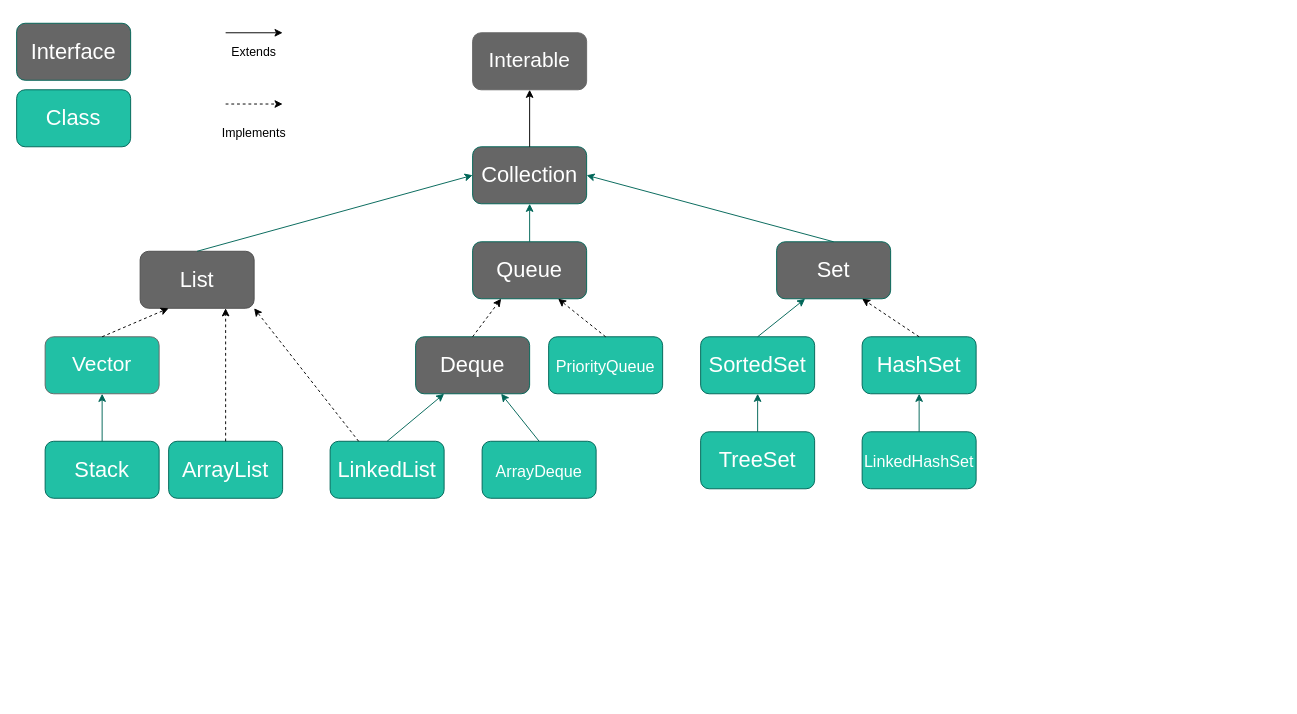
This is InterfaceCollection.drawio from p000059/Diagrams, a draw.io file, before an edit. Source tidied: cells renumbered, new cells numbered last; positions are measured from the earlier drawing's top-left corner, leaving out a move shared by most shapes. Both pictures are drawn from the tidied source at 95%, with x=0, y=0 at pixel (16, 23).
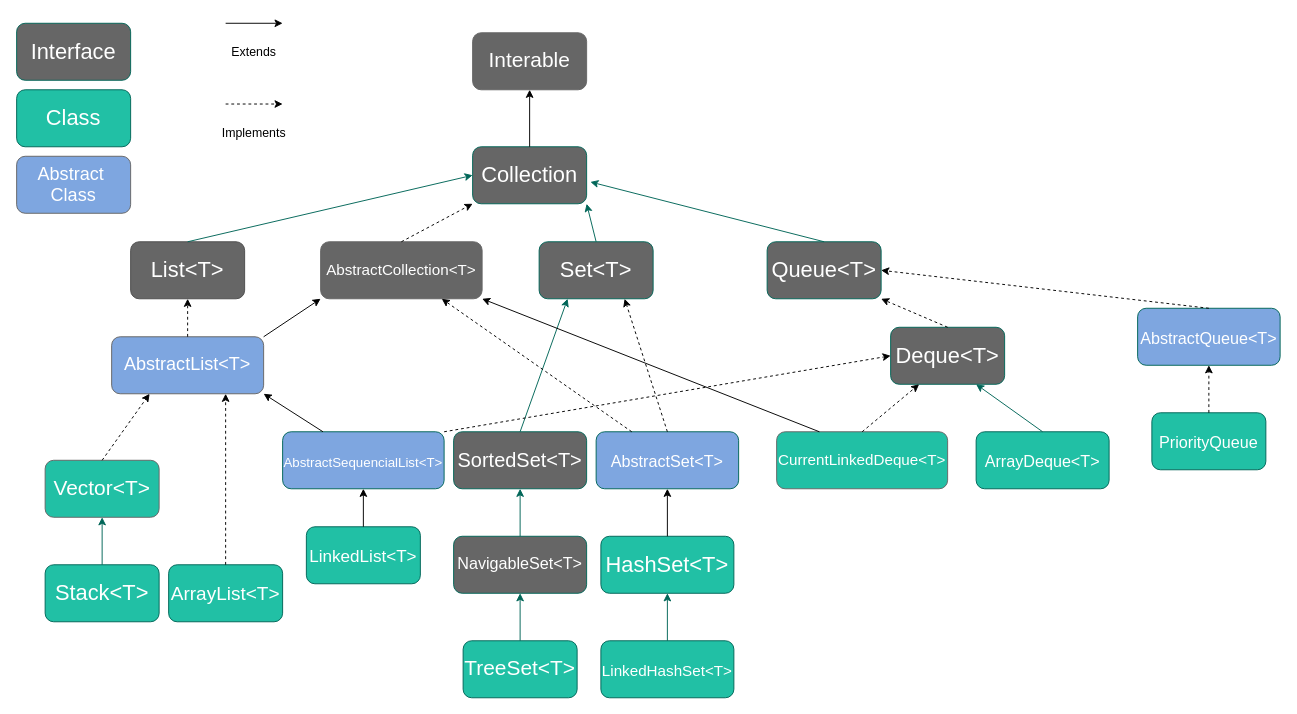
Above is the later version.

The change refers to these unchanged cells:
```xml
<mxCell id="2" value="&lt;font color=&quot;#ffffff&quot; style=&quot;font-size: 23px;&quot;&gt;Collection&lt;/font&gt;" style="rounded=1;whiteSpace=wrap;html=1;fillColor=#666666;strokeColor=#006658;fontColor=#5C5C5C;" parent="1" vertex="1">
  <mxGeometry x="480" y="130" width="120" height="60" as="geometry" />
</mxCell>
```

Change to the diagram source:
```diff
@@
-    <mxCell id="3" value="&lt;font color=&quot;#ffffff&quot;&gt;List&lt;/font&gt;" style="rounded=1;whiteSpace=wrap;html=1;fontSize=23;fillColor=#666666;strokeColor=#4D4D4D;fontColor=#5C5C5C;" parent="1" vertex="1">
-      <mxGeometry x="130" y="240" width="120" height="60" as="geometry" />
+    <mxCell id="3" value="&lt;font color=&quot;#ffffff&quot;&gt;List&amp;lt;T&amp;gt;&lt;/font&gt;" style="rounded=1;whiteSpace=wrap;html=1;fontSize=23;fillColor=#666666;strokeColor=#4D4D4D;fontColor=#5C5C5C;" parent="1" vertex="1">
+      <mxGeometry x="120" y="230" width="120" height="60" as="geometry" />
     </mxCell>
-    <mxCell id="4" value="&lt;font color=&quot;#ffffff&quot;&gt;Set&lt;/font&gt;" style="rounded=1;whiteSpace=wrap;html=1;fontSize=23;fillColor=#666666;strokeColor=#006658;fontColor=#5C5C5C;" parent="1" vertex="1">
-      <mxGeometry x="800" y="230" width="120" height="60" as="geometry" />
+    <mxCell id="4" value="&lt;font color=&quot;#ffffff&quot;&gt;Set&amp;lt;T&amp;gt;&lt;/font&gt;" style="rounded=1;whiteSpace=wrap;html=1;fontSize=23;fillColor=#666666;strokeColor=#006658;fontColor=#5C5C5C;" parent="1" vertex="1">
+      <mxGeometry x="550" y="230" width="120" height="60" as="geometry" />
     </mxCell>
-    <mxCell id="5" value="&lt;font color=&quot;#ffffff&quot;&gt;Queue&lt;/font&gt;" style="rounded=1;whiteSpace=wrap;html=1;fontSize=23;fillColor=#666666;strokeColor=#006658;fontColor=#5C5C5C;" parent="1" vertex="1">
-      <mxGeometry x="480" y="230" width="120" height="60" as="geometry" />
+    <mxCell id="5" value="&lt;font color=&quot;#ffffff&quot;&gt;Queue&amp;lt;T&amp;gt;&lt;/font&gt;" style="rounded=1;whiteSpace=wrap;html=1;fontSize=23;fillColor=#666666;strokeColor=#006658;fontColor=#5C5C5C;" parent="1" vertex="1">
+      <mxGeometry x="790" y="230" width="120" height="60" as="geometry" />
     </mxCell>
@@
-    <mxCell id="7" style="endArrow=classic;html=1;rounded=1;fontSize=23;entryX=1;entryY=0.5;entryDx=0;entryDy=0;strokeColor=#006658;fontColor=#5C5C5C;exitX=0.5;exitY=0;exitDx=0;exitDy=0;" parent="1" edge="1" source="4" target="2">
+    <mxCell id="7" style="endArrow=classic;html=1;rounded=1;fontSize=23;strokeColor=#006658;fontColor=#5C5C5C;exitX=0.5;exitY=0;exitDx=0;exitDy=0;entryX=1;entryY=1;entryDx=0;entryDy=0;" parent="1" edge="1" source="4" target="2">
       <mxGeometry relative="1" as="geometry" />
     </mxCell>
-    <mxCell id="8" style="endArrow=classic;html=1;rounded=1;fontSize=23;entryX=0.5;entryY=1;entryDx=0;entryDy=0;strokeColor=#006658;fontColor=#5C5C5C;exitX=0.5;exitY=0;exitDx=0;exitDy=0;" parent="1" edge="1" source="5" target="2">
+    <mxCell id="8" style="endArrow=classic;html=1;rounded=1;fontSize=23;entryX=1.033;entryY=0.617;entryDx=0;entryDy=0;strokeColor=#006658;fontColor=#5C5C5C;exitX=0.5;exitY=0;exitDx=0;exitDy=0;entryPerimeter=0;" parent="1" edge="1" source="5" target="2">
       <mxGeometry relative="1" as="geometry" />
     </mxCell>
-    <mxCell id="9" value="&lt;font color=&quot;#ffffff&quot;&gt;ArrayList&lt;/font&gt;" style="rounded=1;whiteSpace=wrap;html=1;fontSize=23;fillColor=#21C0A5;strokeColor=#006658;fontColor=#5C5C5C;" parent="1" vertex="1">
-      <mxGeometry x="160" y="440" width="120" height="60" as="geometry" />
+    <mxCell id="9" value="&lt;font style=&quot;font-size: 20px;&quot; color=&quot;#ffffff&quot;&gt;ArrayList&amp;lt;T&amp;gt;&lt;/font&gt;" style="rounded=1;whiteSpace=wrap;html=1;fontSize=23;fillColor=#21C0A5;strokeColor=#006658;fontColor=#5C5C5C;" parent="1" vertex="1">
+      <mxGeometry x="160" y="570" width="120" height="60" as="geometry" />
     </mxCell>
-    <mxCell id="10" value="&lt;font color=&quot;#ffffff&quot;&gt;LinkedList&lt;/font&gt;" style="rounded=1;whiteSpace=wrap;html=1;fontSize=23;fillColor=#21C0A5;strokeColor=#006658;fontColor=#5C5C5C;" parent="1" vertex="1">
-      <mxGeometry x="330" y="440" width="120" height="60" as="geometry" />
+    <mxCell id="10" value="&lt;font style=&quot;font-size: 14px;&quot; color=&quot;#ffffff&quot;&gt;AbstractSequencialList&amp;lt;T&amp;gt;&lt;/font&gt;" style="rounded=1;whiteSpace=wrap;html=1;fontSize=23;fillColor=#7EA6E0;strokeColor=#006658;fontColor=#5C5C5C;" parent="1" vertex="1">
+      <mxGeometry x="280" y="430" width="170" height="60" as="geometry" />
     </mxCell>
-    <mxCell id="11" value="&lt;font color=&quot;#ffffff&quot;&gt;Stack&lt;/font&gt;" style="rounded=1;whiteSpace=wrap;html=1;fontSize=23;fillColor=#21C0A5;strokeColor=#006658;fontColor=#5C5C5C;" parent="1" vertex="1">
-      <mxGeometry x="30" y="440" width="120" height="60" as="geometry" />
+    <mxCell id="11" value="&lt;font color=&quot;#ffffff&quot;&gt;Stack&amp;lt;T&amp;gt;&lt;/font&gt;" style="rounded=1;whiteSpace=wrap;html=1;fontSize=23;fillColor=#21C0A5;strokeColor=#006658;fontColor=#5C5C5C;" parent="1" vertex="1">
+      <mxGeometry x="30" y="570" width="120" height="60" as="geometry" />
     </mxCell>
-    <mxCell id="12" value="&lt;font color=&quot;#ffffff&quot;&gt;HashSet&lt;/font&gt;" style="rounded=1;whiteSpace=wrap;html=1;fontSize=23;fillColor=#21C0A5;strokeColor=#006658;fontColor=#5C5C5C;" parent="1" vertex="1">
-      <mxGeometry x="890" y="330" width="120" height="60" as="geometry" />
+    <mxCell id="12" value="&lt;font color=&quot;#ffffff&quot;&gt;HashSet&amp;lt;T&amp;gt;&lt;/font&gt;" style="rounded=1;whiteSpace=wrap;html=1;fontSize=23;fillColor=#21C0A5;strokeColor=#006658;fontColor=#5C5C5C;" parent="1" vertex="1">
+      <mxGeometry x="615" y="540" width="140" height="60" as="geometry" />
     </mxCell>
-    <mxCell id="13" value="&lt;font color=&quot;#ffffff&quot; style=&quot;font-size: 17px;&quot;&gt;LinkedHashSet&lt;/font&gt;" style="rounded=1;whiteSpace=wrap;html=1;fontSize=23;fillColor=#21C0A5;strokeColor=#006658;fontColor=#5C5C5C;" parent="1" vertex="1">
-      <mxGeometry x="890" y="430" width="120" height="60" as="geometry" />
+    <mxCell id="13" value="&lt;font color=&quot;#ffffff&quot; style=&quot;font-size: 16px;&quot;&gt;LinkedHashSet&amp;lt;T&amp;gt;&lt;/font&gt;" style="rounded=1;whiteSpace=wrap;html=1;fontSize=23;fillColor=#21C0A5;strokeColor=#006658;fontColor=#5C5C5C;" parent="1" vertex="1">
+      <mxGeometry x="615" y="650" width="140" height="60" as="geometry" />
     </mxCell>
-    <mxCell id="14" value="&lt;font color=&quot;#ffffff&quot; style=&quot;font-size: 23px;&quot;&gt;TreeSet&lt;/font&gt;" style="rounded=1;whiteSpace=wrap;html=1;fontSize=17;fillColor=#21C0A5;strokeColor=#006658;fontColor=#5C5C5C;" parent="1" vertex="1">
-      <mxGeometry x="720" y="430" width="120" height="60" as="geometry" />
+    <mxCell id="14" value="&lt;font color=&quot;#ffffff&quot; style=&quot;font-size: 17px;&quot;&gt;NavigableSet&amp;lt;T&amp;gt;&lt;/font&gt;" style="rounded=1;whiteSpace=wrap;html=1;fontSize=17;fillColor=#666666;strokeColor=#006658;fontColor=#5C5C5C;" parent="1" vertex="1">
+      <mxGeometry x="460" y="540" width="140" height="60" as="geometry" />
     </mxCell>
@@
     <mxCell id="16" value="&lt;font color=&quot;#ffffff&quot; style=&quot;font-size: 17px;&quot;&gt;PriorityQueue&lt;/font&gt;" style="rounded=1;whiteSpace=wrap;html=1;fontSize=23;fillColor=#21C0A5;strokeColor=#006658;fontColor=#5C5C5C;" parent="1" vertex="1">
-      <mxGeometry x="560" y="330" width="120" height="60" as="geometry" />
+      <mxGeometry x="1195" y="410" width="120" height="60" as="geometry" />
     </mxCell>
-    <mxCell id="17" value="&lt;font color=&quot;#ffffff&quot;&gt;&lt;span style=&quot;font-size: 23px;&quot;&gt;SortedSet&lt;/span&gt;&lt;/font&gt;" style="rounded=1;whiteSpace=wrap;html=1;fontSize=17;fillColor=#21C0A5;strokeColor=#006658;fontColor=#5C5C5C;" parent="1" vertex="1">
-      <mxGeometry x="720" y="330" width="120" height="60" as="geometry" />
+    <mxCell id="17" value="&lt;font style=&quot;font-size: 21px;&quot; color=&quot;#ffffff&quot;&gt;SortedSet&amp;lt;T&amp;gt;&lt;/font&gt;" style="rounded=1;whiteSpace=wrap;html=1;fontSize=17;fillColor=#666666;strokeColor=#006658;fontColor=#5C5C5C;" parent="1" vertex="1">
+      <mxGeometry x="460" y="430" width="140" height="60" as="geometry" />
     </mxCell>
-    <mxCell id="18" value="&lt;font color=&quot;#ffffff&quot; style=&quot;font-size: 22px;&quot;&gt;Vector&lt;/font&gt;" style="rounded=1;whiteSpace=wrap;html=1;fillColor=#21C0A5;strokeColor=#666666;" parent="1" vertex="1">
-      <mxGeometry x="30" y="330" width="120" height="60" as="geometry" />
+    <mxCell id="18" value="&lt;font color=&quot;#ffffff&quot; style=&quot;font-size: 22px;&quot;&gt;Vector&amp;lt;T&amp;gt;&lt;/font&gt;" style="rounded=1;whiteSpace=wrap;html=1;fillColor=#21C0A5;strokeColor=#666666;" parent="1" vertex="1">
+      <mxGeometry x="30" y="460" width="120" height="60" as="geometry" />
     </mxCell>
@@
     <mxCell id="22" style="endArrow=classic;html=1;rounded=0;fontSize=22;fontColor=#FFFFFF;" parent="1" edge="1">
       <mxGeometry relative="1" as="geometry">
-        <mxPoint x="220" y="10" as="sourcePoint" />
-        <mxPoint x="280" y="10" as="targetPoint" />
+        <mxPoint x="220" as="sourcePoint" />
+        <mxPoint x="280" as="targetPoint" />
       </mxGeometry>
     </mxCell>
@@
-    <mxCell id="26" value="&lt;font color=&quot;#ffffff&quot;&gt;Deque&lt;/font&gt;" style="rounded=1;whiteSpace=wrap;html=1;fontSize=23;fillColor=#666666;strokeColor=#006658;fontColor=#5C5C5C;" parent="1" vertex="1">
-      <mxGeometry x="420" y="330" width="120" height="60" as="geometry" />
+    <mxCell id="26" value="&lt;font color=&quot;#ffffff&quot;&gt;Deque&amp;lt;T&amp;gt;&lt;/font&gt;" style="rounded=1;whiteSpace=wrap;html=1;fontSize=23;fillColor=#666666;strokeColor=#006658;fontColor=#5C5C5C;" parent="1" vertex="1">
+      <mxGeometry x="920" y="320" width="120" height="60" as="geometry" />
     </mxCell>
-    <mxCell id="27" style="endArrow=classic;html=1;rounded=0;labelBackgroundColor=default;strokeColor=default;fontFamily=Helvetica;fontSize=22;fontColor=#FFFFFF;shape=connector;entryX=0.75;entryY=1;entryDx=0;entryDy=0;dashed=1;exitX=0.5;exitY=0;exitDx=0;exitDy=0;" parent="1" edge="1" source="12" target="4">
+    <mxCell id="27" style="endArrow=classic;html=1;rounded=0;labelBackgroundColor=default;strokeColor=default;fontFamily=Helvetica;fontSize=22;fontColor=#FFFFFF;shape=connector;exitX=0.5;exitY=0;exitDx=0;exitDy=0;entryX=0.5;entryY=1;entryDx=0;entryDy=0;" parent="1" edge="1" source="12" target="50">
       <mxGeometry relative="1" as="geometry" />
     </mxCell>
-    <mxCell id="28" style="endArrow=classic;html=1;rounded=0;labelBackgroundColor=default;strokeColor=default;fontFamily=Helvetica;fontSize=22;fontColor=#FFFFFF;shape=connector;entryX=0.25;entryY=1;entryDx=0;entryDy=0;dashed=1;exitX=0.5;exitY=0;exitDx=0;exitDy=0;" parent="1" edge="1" source="26" target="5">
+    <mxCell id="28" style="endArrow=classic;html=1;rounded=0;labelBackgroundColor=default;strokeColor=default;fontFamily=Helvetica;fontSize=22;fontColor=#FFFFFF;shape=connector;entryX=1;entryY=1;entryDx=0;entryDy=0;dashed=1;exitX=0.5;exitY=0;exitDx=0;exitDy=0;" parent="1" edge="1" source="26" target="5">
       <mxGeometry relative="1" as="geometry" />
     </mxCell>
@@
-    <mxCell id="30" value="&lt;font color=&quot;#ffffff&quot; style=&quot;font-size: 17px;&quot;&gt;ArrayDeque&lt;/font&gt;" style="rounded=1;whiteSpace=wrap;html=1;fontSize=23;fillColor=#21C0A5;strokeColor=#006658;fontColor=#5C5C5C;" parent="1" vertex="1">
-      <mxGeometry x="490" y="440" width="120" height="60" as="geometry" />
+    <mxCell id="30" value="&lt;font color=&quot;#ffffff&quot; style=&quot;font-size: 17px;&quot;&gt;ArrayDeque&amp;lt;T&amp;gt;&lt;/font&gt;" style="rounded=1;whiteSpace=wrap;html=1;fontSize=23;fillColor=#21C0A5;strokeColor=#006658;fontColor=#5C5C5C;" parent="1" vertex="1">
+      <mxGeometry x="1010" y="430" width="140" height="60" as="geometry" />
     </mxCell>
@@
-    <mxCell id="32" style="endArrow=classic;html=1;rounded=1;fontSize=23;entryX=0.25;entryY=1;entryDx=0;entryDy=0;strokeColor=#006658;fontColor=#5C5C5C;exitX=0.5;exitY=0;exitDx=0;exitDy=0;" parent="1" edge="1" source="10" target="26">
-      <mxGeometry relative="1" as="geometry" />
-    </mxCell>
@@
-    <mxCell id="34" style="endArrow=classic;html=1;rounded=0;labelBackgroundColor=default;strokeColor=default;fontFamily=Helvetica;fontSize=22;fontColor=#FFFFFF;shape=connector;entryX=0.75;entryY=1;entryDx=0;entryDy=0;dashed=1;exitX=0.5;exitY=0;exitDx=0;exitDy=0;" parent="1" edge="1" source="9" target="3">
+    <mxCell id="34" style="endArrow=classic;html=1;rounded=0;labelBackgroundColor=default;strokeColor=default;fontFamily=Helvetica;fontSize=22;fontColor=#FFFFFF;shape=connector;dashed=1;exitX=0.5;exitY=0;exitDx=0;exitDy=0;entryX=0.75;entryY=1;entryDx=0;entryDy=0;" parent="1" edge="1" source="9" target="44">
       <mxGeometry relative="1" as="geometry" />
     </mxCell>
-    <mxCell id="35" style="endArrow=classic;html=1;rounded=0;labelBackgroundColor=default;strokeColor=default;fontFamily=Helvetica;fontSize=22;fontColor=#FFFFFF;shape=connector;entryX=0.25;entryY=1;entryDx=0;entryDy=0;dashed=1;exitX=0.5;exitY=0;exitDx=0;exitDy=0;" parent="1" edge="1" source="18" target="3">
+    <mxCell id="35" style="endArrow=classic;html=1;rounded=0;labelBackgroundColor=default;strokeColor=default;fontFamily=Helvetica;fontSize=22;fontColor=#FFFFFF;shape=connector;dashed=1;exitX=0.5;exitY=0;exitDx=0;exitDy=0;entryX=0.25;entryY=1;entryDx=0;entryDy=0;" parent="1" edge="1" source="18" target="44">
       <mxGeometry relative="1" as="geometry" />
     </mxCell>
@@
-    <mxCell id="37" style="endArrow=classic;html=1;rounded=0;labelBackgroundColor=default;strokeColor=default;fontFamily=Helvetica;fontSize=22;fontColor=#FFFFFF;shape=connector;entryX=0.75;entryY=1;entryDx=0;entryDy=0;exitX=0.5;exitY=0;exitDx=0;exitDy=0;dashed=1;" parent="1" edge="1" source="16" target="5">
+    <mxCell id="37" style="endArrow=classic;html=1;rounded=0;labelBackgroundColor=default;strokeColor=default;fontFamily=Helvetica;fontSize=22;fontColor=#FFFFFF;shape=connector;exitX=0.5;exitY=0;exitDx=0;exitDy=0;dashed=1;entryX=0.5;entryY=1;entryDx=0;entryDy=0;" parent="1" edge="1" source="16" target="48">
       <mxGeometry relative="1" as="geometry" />
     </mxCell>
@@
-    <mxCell id="40" style="endArrow=classic;html=1;rounded=0;labelBackgroundColor=default;strokeColor=default;fontFamily=Helvetica;fontSize=22;fontColor=#FFFFFF;shape=connector;entryX=1;entryY=1;entryDx=0;entryDy=0;exitX=0.25;exitY=0;exitDx=0;exitDy=0;dashed=1;" parent="1" edge="1" source="10" target="3">
+    <mxCell id="40" style="endArrow=classic;html=1;rounded=0;labelBackgroundColor=default;strokeColor=default;fontFamily=Helvetica;fontSize=22;fontColor=#FFFFFF;shape=connector;exitX=0.25;exitY=0;exitDx=0;exitDy=0;entryX=1;entryY=1;entryDx=0;entryDy=0;" parent="1" edge="1" source="10" target="44">
       <mxGeometry relative="1" as="geometry" />
     </mxCell>
+    <mxCell id="41" value="&lt;font color=&quot;#ffffff&quot; style=&quot;font-size: 22px;&quot;&gt;TreeSet&amp;lt;T&amp;gt;&lt;/font&gt;" style="rounded=1;whiteSpace=wrap;html=1;fontSize=17;fillColor=#21C0A5;strokeColor=#006658;fontColor=#5C5C5C;" parent="1" vertex="1">
+      <mxGeometry x="470" y="650" width="120" height="60" as="geometry" />
+    </mxCell>
+    <mxCell id="42" style="endArrow=classic;html=1;rounded=1;fontSize=23;entryX=0.5;entryY=1;entryDx=0;entryDy=0;strokeColor=#006658;fontColor=#5C5C5C;exitX=0.5;exitY=0;exitDx=0;exitDy=0;" parent="1" edge="1" source="41" target="14">
+      <mxGeometry relative="1" as="geometry" />
+    </mxCell>
+    <mxCell id="43" value="Abstract&amp;nbsp;&lt;br&gt;Class" style="rounded=1;whiteSpace=wrap;html=1;strokeColor=#666666;fontFamily=Helvetica;fontSize=19;fontColor=#FFFFFF;fillColor=#7EA6E0;" parent="1" vertex="1">
+      <mxGeometry y="140" width="120" height="60" as="geometry" />
+    </mxCell>
+    <mxCell id="44" value="AbstractList&amp;lt;T&amp;gt;" style="rounded=1;whiteSpace=wrap;html=1;strokeColor=#666666;fontFamily=Helvetica;fontSize=19;fontColor=#FFFFFF;fillColor=#7EA6E0;" parent="1" vertex="1">
+      <mxGeometry x="100" y="330" width="160" height="60" as="geometry" />
+    </mxCell>
+    <mxCell id="45" value="&lt;font style=&quot;font-size: 18px;&quot; color=&quot;#ffffff&quot;&gt;LinkedList&amp;lt;T&amp;gt;&lt;/font&gt;" style="rounded=1;whiteSpace=wrap;html=1;fontSize=23;fillColor=#21C0A5;strokeColor=#006658;fontColor=#5C5C5C;" parent="1" vertex="1">
+      <mxGeometry x="305" y="530" width="120" height="60" as="geometry" />
+    </mxCell>
+    <mxCell id="46" style="endArrow=classic;html=1;rounded=0;labelBackgroundColor=default;strokeColor=default;fontFamily=Helvetica;fontSize=22;fontColor=#FFFFFF;shape=connector;dashed=1;exitX=0.5;exitY=0;exitDx=0;exitDy=0;entryX=0.5;entryY=1;entryDx=0;entryDy=0;" parent="1" edge="1" source="44" target="3">
+      <mxGeometry relative="1" as="geometry" />
+    </mxCell>
+    <mxCell id="47" style="endArrow=classic;html=1;rounded=0;labelBackgroundColor=default;strokeColor=default;fontFamily=Helvetica;fontSize=22;fontColor=#FFFFFF;shape=connector;exitX=0.5;exitY=0;exitDx=0;exitDy=0;entryX=0.5;entryY=1;entryDx=0;entryDy=0;" parent="1" edge="1" source="45" target="10">
+      <mxGeometry relative="1" as="geometry" />
+    </mxCell>
+    <mxCell id="48" value="&lt;font style=&quot;font-size: 17px;&quot; color=&quot;#ffffff&quot;&gt;AbstractQueue&amp;lt;T&amp;gt;&lt;/font&gt;" style="rounded=1;whiteSpace=wrap;html=1;fontSize=23;fillColor=#7EA6E0;strokeColor=#006658;fontColor=#5C5C5C;" parent="1" vertex="1">
+      <mxGeometry x="1180" y="300" width="150" height="60" as="geometry" />
+    </mxCell>
+    <mxCell id="49" style="endArrow=classic;html=1;rounded=0;labelBackgroundColor=default;strokeColor=default;fontFamily=Helvetica;fontSize=22;fontColor=#FFFFFF;shape=connector;entryX=1;entryY=0.5;entryDx=0;entryDy=0;dashed=1;exitX=0.5;exitY=0;exitDx=0;exitDy=0;" parent="1" edge="1" source="48" target="5">
+      <mxGeometry relative="1" as="geometry" />
+    </mxCell>
+    <mxCell id="50" value="&lt;font style=&quot;font-size: 17px;&quot; color=&quot;#ffffff&quot;&gt;AbstractSet&amp;lt;T&amp;gt;&lt;/font&gt;" style="rounded=1;whiteSpace=wrap;html=1;fontSize=23;fillColor=#7EA6E0;strokeColor=#006658;fontColor=#5C5C5C;" parent="1" vertex="1">
+      <mxGeometry x="610" y="430" width="150" height="60" as="geometry" />
+    </mxCell>
+    <mxCell id="51" style="endArrow=classic;html=1;rounded=0;labelBackgroundColor=default;strokeColor=default;fontFamily=Helvetica;fontSize=22;fontColor=#FFFFFF;shape=connector;entryX=0.75;entryY=1;entryDx=0;entryDy=0;dashed=1;exitX=0.5;exitY=0;exitDx=0;exitDy=0;" parent="1" edge="1" source="50" target="4">
+      <mxGeometry relative="1" as="geometry" />
+    </mxCell>
+    <mxCell id="52" value="AbstractCollection&amp;lt;T&amp;gt;" style="rounded=1;whiteSpace=wrap;html=1;strokeColor=#666666;fontFamily=Helvetica;fontSize=16;fontColor=#FFFFFF;fillColor=#666666;" parent="1" vertex="1">
+      <mxGeometry x="320" y="230" width="170" height="60" as="geometry" />
+    </mxCell>
+    <mxCell id="53" style="endArrow=classic;html=1;rounded=0;labelBackgroundColor=default;strokeColor=default;fontFamily=Helvetica;fontSize=22;fontColor=#FFFFFF;shape=connector;entryX=0.75;entryY=1;entryDx=0;entryDy=0;dashed=1;exitX=0.25;exitY=0;exitDx=0;exitDy=0;" parent="1" edge="1" source="50" target="52">
+      <mxGeometry relative="1" as="geometry" />
+    </mxCell>
+    <mxCell id="54" style="endArrow=classic;html=1;rounded=0;labelBackgroundColor=default;strokeColor=default;fontFamily=Helvetica;fontSize=22;fontColor=#FFFFFF;shape=connector;entryX=0;entryY=1;entryDx=0;entryDy=0;exitX=1;exitY=0;exitDx=0;exitDy=0;" parent="1" edge="1" source="44" target="52">
+      <mxGeometry relative="1" as="geometry" />
+    </mxCell>
+    <mxCell id="55" style="endArrow=classic;html=1;rounded=0;labelBackgroundColor=default;strokeColor=default;fontFamily=Helvetica;fontSize=22;fontColor=#FFFFFF;shape=connector;dashed=1;entryX=0;entryY=1;entryDx=0;entryDy=0;exitX=0.5;exitY=0;exitDx=0;exitDy=0;" parent="1" edge="1" source="52" target="2">
+      <mxGeometry relative="1" as="geometry" />
+    </mxCell>
+    <mxCell id="56" value="CurrentLinkedDeque&amp;lt;T&amp;gt;" style="rounded=1;whiteSpace=wrap;html=1;strokeColor=#666666;fontFamily=Helvetica;fontSize=16;fontColor=#FFFFFF;fillColor=#21C0A5;" parent="1" vertex="1">
+      <mxGeometry x="800" y="430" width="180" height="60" as="geometry" />
+    </mxCell>
+    <mxCell id="57" style="endArrow=classic;html=1;rounded=0;labelBackgroundColor=default;strokeColor=default;fontFamily=Helvetica;fontSize=22;fontColor=#FFFFFF;shape=connector;exitX=0.5;exitY=0;exitDx=0;exitDy=0;dashed=1;entryX=0.25;entryY=1;entryDx=0;entryDy=0;" parent="1" edge="1" source="56" target="26">
+      <mxGeometry relative="1" as="geometry" />
+    </mxCell>
+    <mxCell id="58" style="endArrow=classic;html=1;rounded=0;labelBackgroundColor=default;strokeColor=default;fontFamily=Helvetica;fontSize=16;fontColor=#FFFFFF;shape=connector;exitX=0.25;exitY=0;exitDx=0;exitDy=0;entryX=1;entryY=1;entryDx=0;entryDy=0;" parent="1" edge="1" source="56" target="52">
+      <mxGeometry relative="1" as="geometry" />
+    </mxCell>
+    <mxCell id="32" style="endArrow=classic;html=1;fontSize=22;fontColor=#FFFFFF;rounded=0;dashed=1;exitX=1;exitY=0;exitDx=0;exitDy=0;entryX=0;entryY=0.5;entryDx=0;entryDy=0;" parent="1" edge="1" source="10" target="26">
+      <mxGeometry relative="1" as="geometry" />
+    </mxCell>
```
